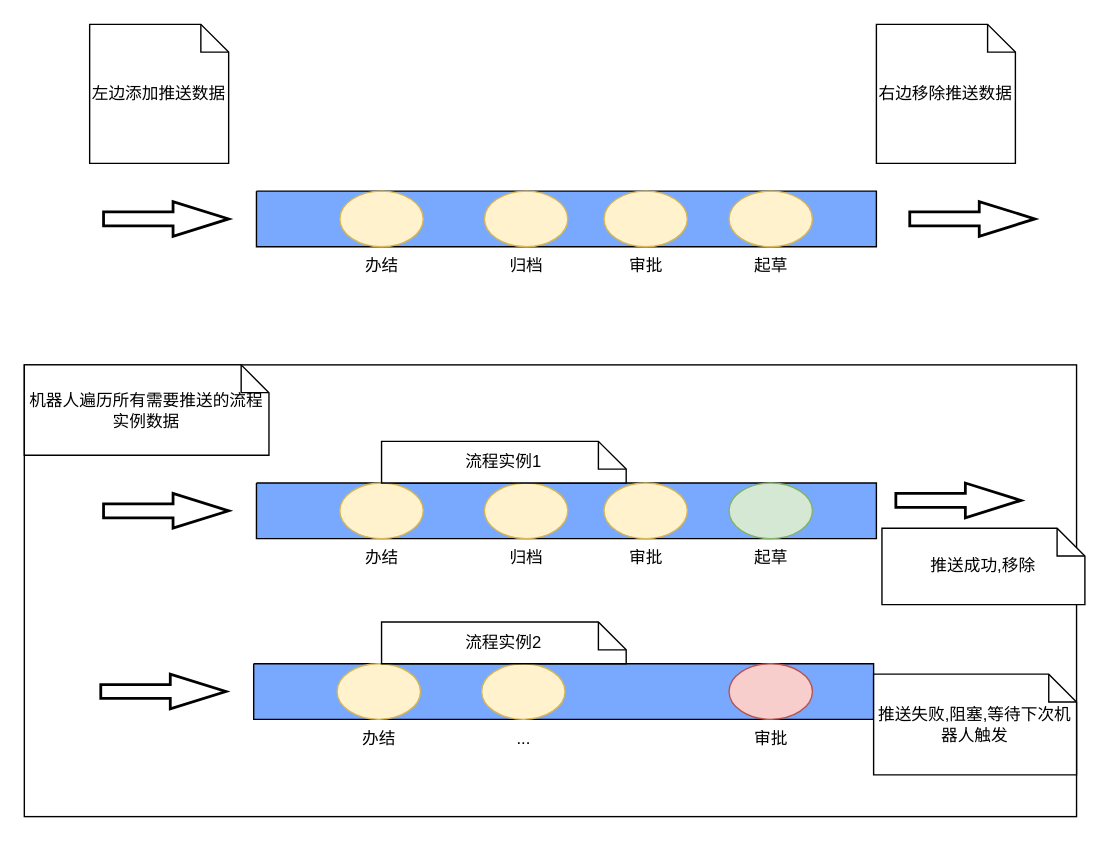
This is src/main/resources/未命名绘图.drawio from yuanyp/y_help_m, a draw.io file, before an edit. Source tidied: cells renumbered, new cells numbered last; positions are measured from the earlier drawing's top-left corner, leaving out a move shared by most shapes. Both pictures are drawn from the tidied source at 139%, with x=0, y=0 at pixel (24, 24).
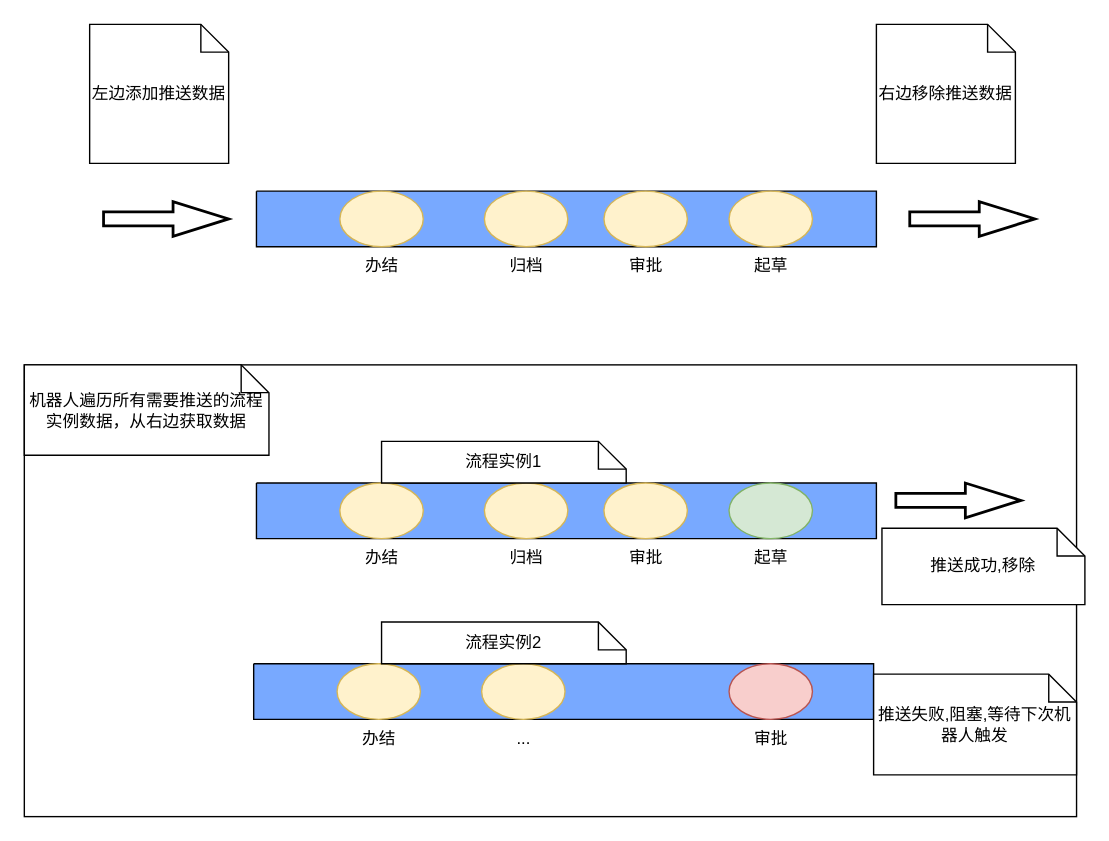
Above is the later version.

Commit message:
流转状态推送.drawio

Change to the diagram source:
```diff
@@
-    <mxCell id="13" style="verticalLabelPosition=bottom;verticalAlign=top;html=1;strokeWidth=2;shape=mxgraph.arrows2.arrow;dy=0.6;dx=40;notch=0;" parent="1" vertex="1">
-      <mxGeometry x="57" y="337.5" width="90" height="25" as="geometry" />
-    </mxCell>
@@
-    <mxCell id="20" style="verticalLabelPosition=bottom;verticalAlign=top;html=1;strokeWidth=2;shape=mxgraph.arrows2.arrow;dy=0.6;dx=40;notch=0;" parent="1" vertex="1">
-      <mxGeometry x="55" y="467.5" width="90" height="25" as="geometry" />
-    </mxCell>
@@
-    <mxCell id="26" value="机器人遍历所有需要推送的流程实例数据" style="shape=note;size=20;whiteSpace=wrap;html=1;" parent="1" vertex="1">
+    <mxCell id="26" value="机器人遍历所有需要推送的流程实例数据，从右边获取数据" style="shape=note;size=20;whiteSpace=wrap;html=1;" parent="1" vertex="1">
       <mxGeometry y="245" width="176" height="65" as="geometry" />
     </mxCell>
```
